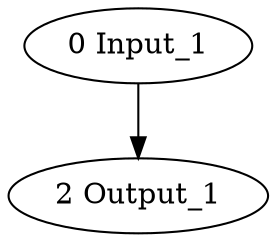
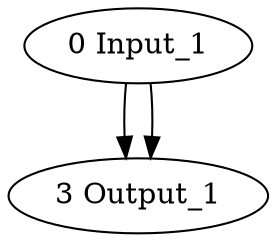
digraph {
"0 Input_1" [id=0, type=any];
- "2 Output_1" [id=2, type=any];
- "0 Input_1" -> "2 Output_1" [key=0];
+ "3 Output_1" [id=3, type=any];
+ "0 Input_1" -> "3 Output_1" [key=0];
+ "0 Input_1" -> "3 Output_1" [key=1];
}
